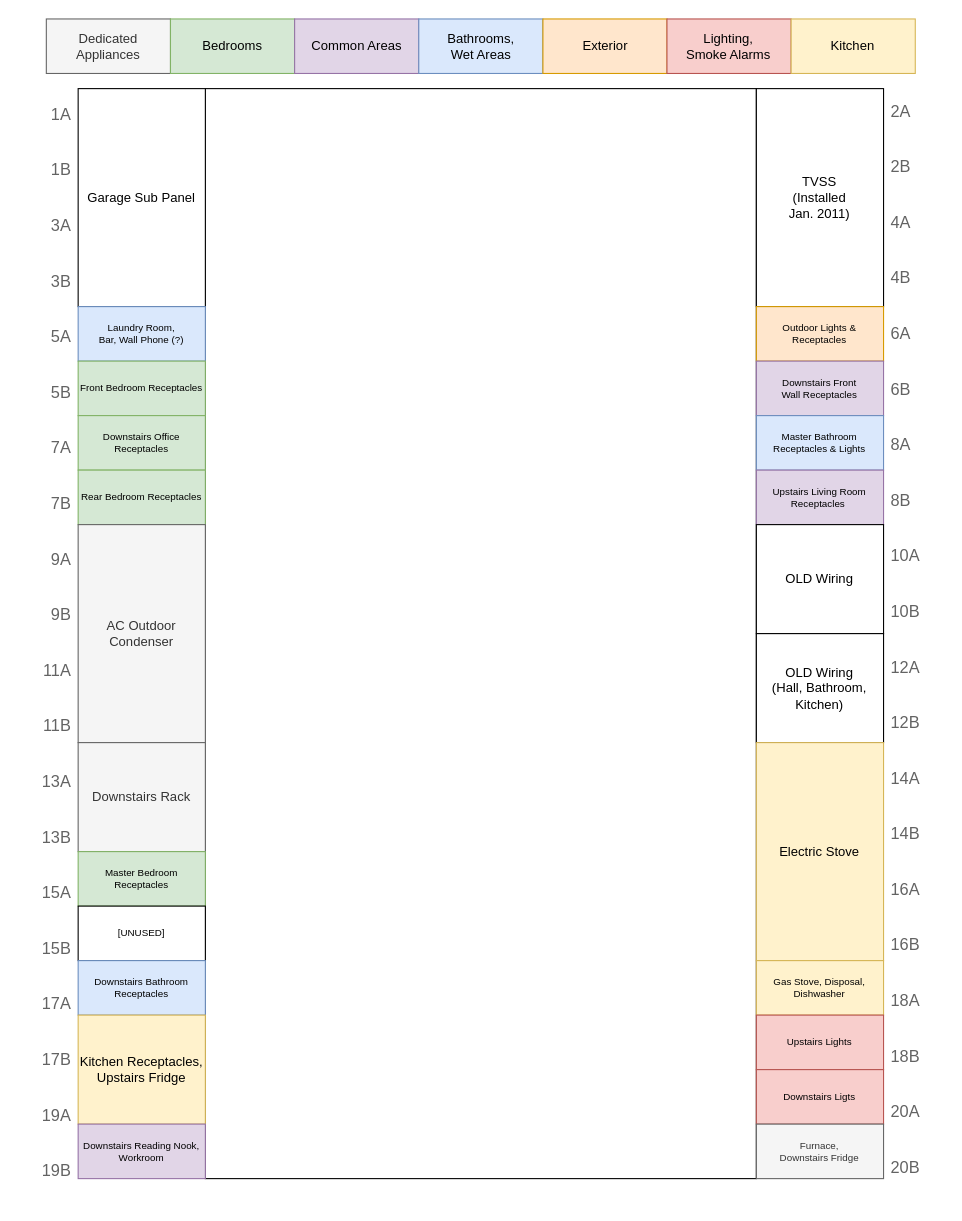
This is electrical/circuit-breaker-panel/Circuit Breaker Panel.drawio from merichar/mousetrap, a draw.io file, before an edit. Source tidied: cells renumbered, new cells numbered last; positions are measured from the earlier drawing's top-left corner, leaving out a move shared by most shapes. Both pictures are drawn from the tidied source at 109%, with x=0, y=0 at pixel (19, 19).
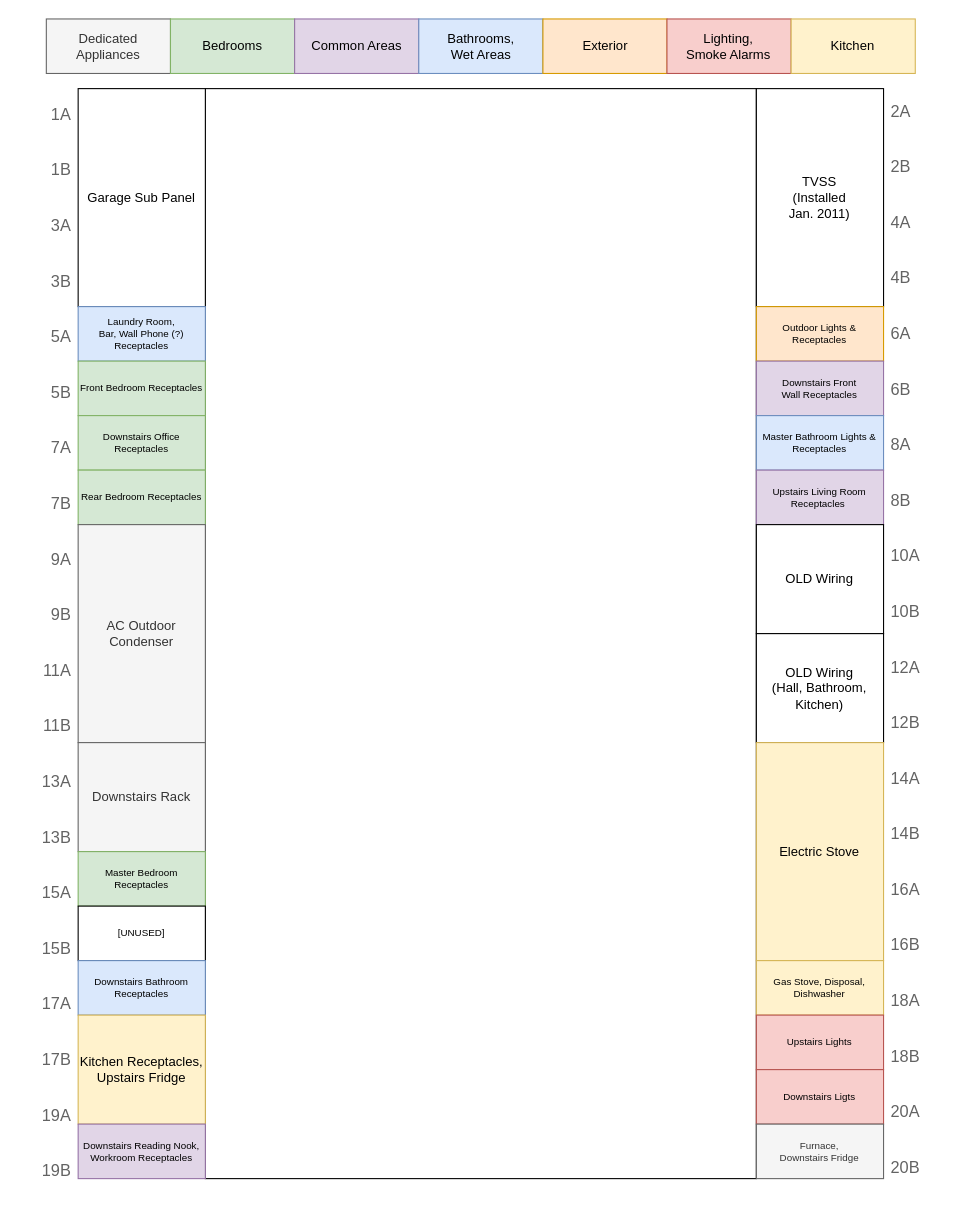
Above is the later version.

Commit message (it also covers changes not shown here):
Clarify Circuit Breaker Panel Label Wording

Diff of the diagram source:
```diff
@@
-    <mxCell id="13" value="Laundry Room,&lt;br style=&quot;font-size: 9px;&quot;&gt;Bar, Wall Phone (?)" style="rounded=0;whiteSpace=wrap;html=1;fontSize=9;fillColor=#dae8fc;strokeColor=#6c8ebf;" parent="1" vertex="1">
+    <mxCell id="13" value="Laundry Room,&lt;br style=&quot;font-size: 9px&quot;&gt;Bar, Wall Phone (?) Receptacles" style="rounded=0;whiteSpace=wrap;html=1;fontSize=9;fillColor=#dae8fc;strokeColor=#6c8ebf;" parent="1" vertex="1">
       <mxGeometry x="54.2" y="263.8" width="116.7" height="50" as="geometry" />
     </mxCell>
@@
-    <mxCell id="23" value="Downstairs Reading Nook, Workroom" style="rounded=0;whiteSpace=wrap;html=1;fontSize=9;align=center;fillColor=#e1d5e7;strokeColor=#9673a6;" parent="1" vertex="1">
+    <mxCell id="23" value="Downstairs Reading Nook, Workroom Receptacles" style="rounded=0;whiteSpace=wrap;html=1;fontSize=9;align=center;fillColor=#e1d5e7;strokeColor=#9673a6;" parent="1" vertex="1">
       <mxGeometry x="54.2" y="1013.8" width="116.7" height="50" as="geometry" />
     </mxCell>
@@
-    <mxCell id="27" value="Master Bathroom&lt;br style=&quot;font-size: 9px;&quot;&gt;Receptacles &amp;amp; Lights" style="rounded=0;whiteSpace=wrap;html=1;fontSize=9;align=center;fillColor=#dae8fc;strokeColor=#6c8ebf;" parent="1" vertex="1">
+    <mxCell id="27" value="Master Bathroom&amp;nbsp;Lights &amp;amp; Receptacles" style="rounded=0;whiteSpace=wrap;html=1;fontSize=9;align=center;fillColor=#dae8fc;strokeColor=#6c8ebf;" parent="1" vertex="1">
       <mxGeometry x="676.4" y="363.8" width="116.7" height="50" as="geometry" />
     </mxCell>
```
